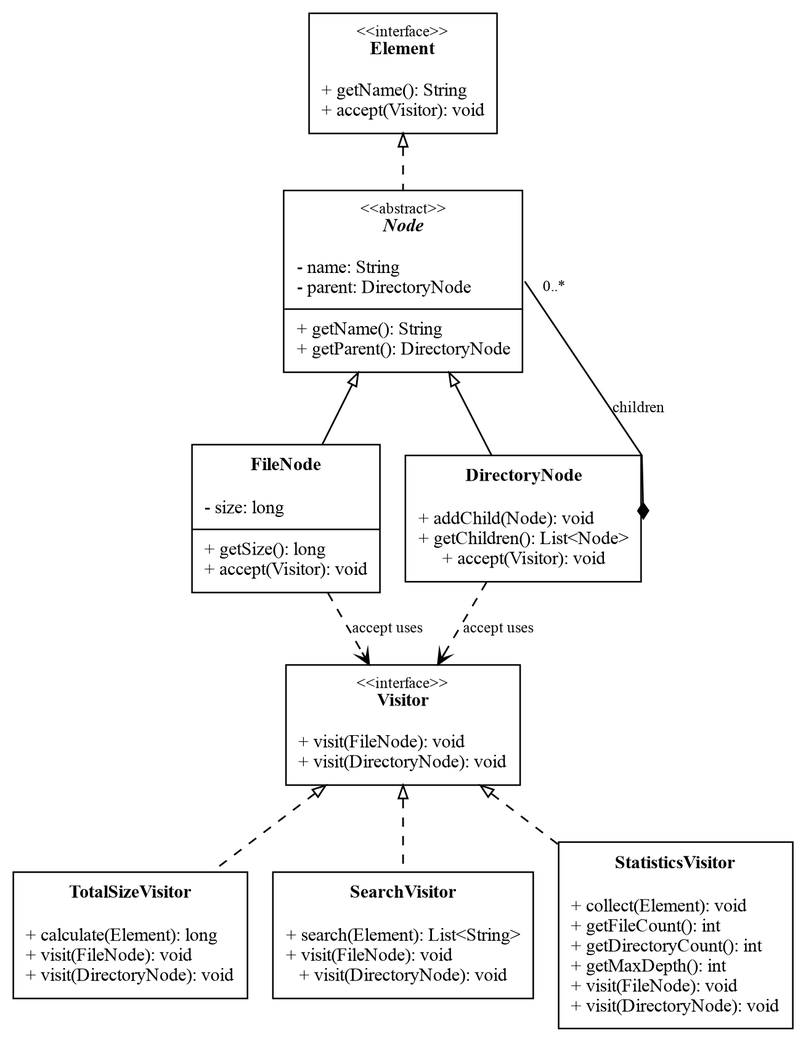
Above: docs/visitor-uml.png in zzhassyn/sdp-assignment-6 (Graphviz), before the change. Its source is kept beside it as docs/visitor-uml.dot.
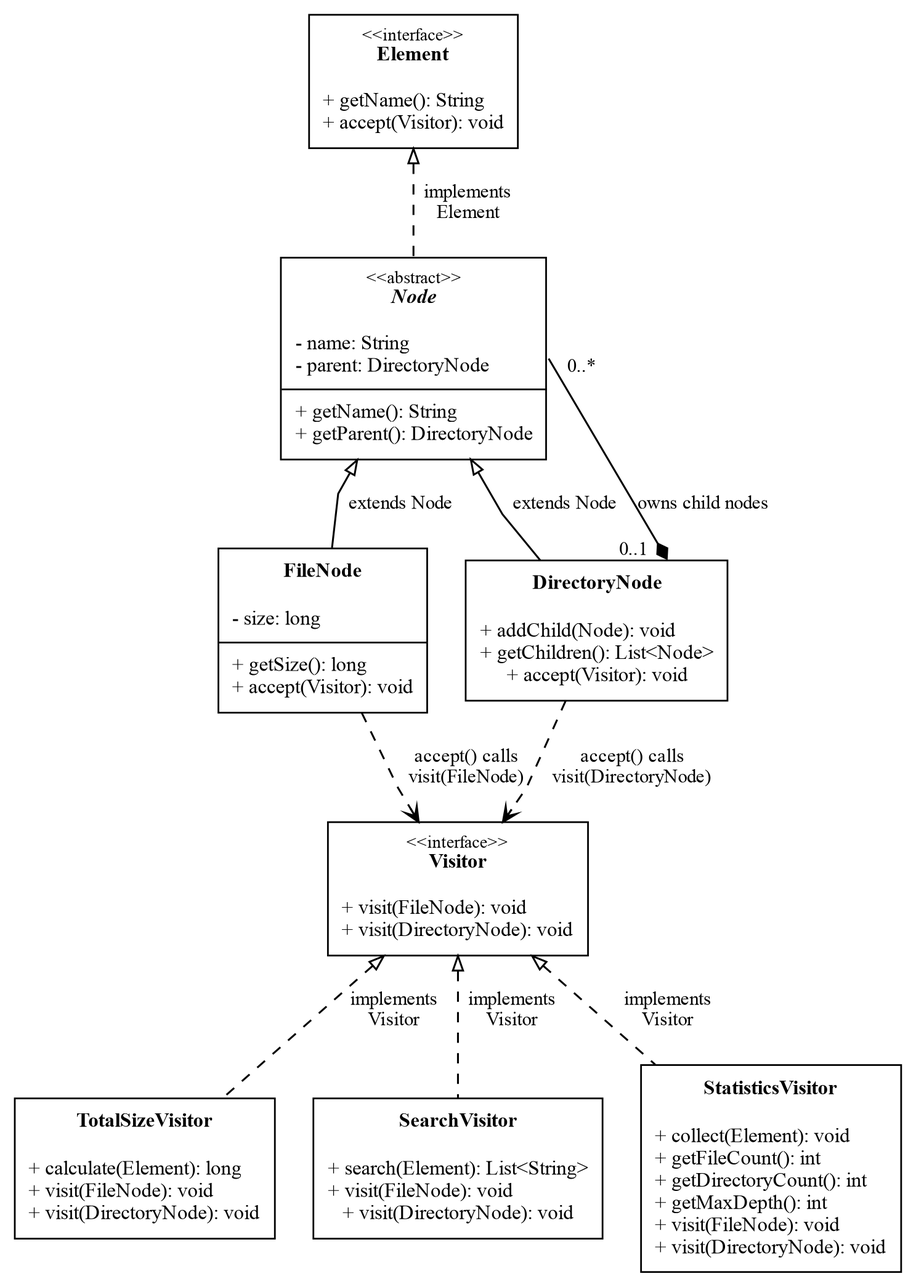
The same file after the commit.

Commit message:
Label every UML relationship and explain the diagram in the report

Change to the diagram source:
```diff
@@ -3,14 +3,14 @@
         rankdir=TB,
         bgcolor="white",
         pad=0.12,
-        nodesep=0.22,
-        ranksep=0.48,
+        nodesep=0.30,
+        ranksep=0.55,
         splines=polyline,
         outputorder=edgesfirst,
         fontname="Times New Roman,"
     ];
     node [shape=plain, fontname="Times New Roman,", fontsize=12];
-    edge [fontname="Times New Roman,", fontsize=10, color="#000000", penwidth=1.1, arrowsize=0.85];
+    edge [fontname="Times New Roman,", fontsize=11, color="#000000", penwidth=1.1, arrowsize=0.85];
 
     Element [label=<
         <TABLE BORDER="1" CELLBORDER="0" CELLSPACING="0" CELLPADDING="7" COLOR="#000000">
@@ -75,24 +75,25 @@
     { rank=same; FileNode; DirectoryNode; }
     { rank=same; TotalSizeVisitor; SearchVisitor; StatisticsVisitor; }
 
-    Element -> "Node" [dir=back, arrowtail=empty, style=dashed];
-    "Node" -> FileNode [dir=back, arrowtail=empty];
-    "Node" -> DirectoryNode [dir=back, arrowtail=empty];
-    DirectoryNode:e -> "Node":e [
+    Element -> "Node" [dir=back, arrowtail=empty, style=dashed, label="  implements\n  Element"];
+    "Node" -> FileNode [dir=back, arrowtail=empty, label="  extends Node"];
+    "Node" -> DirectoryNode [dir=back, arrowtail=empty, label="  extends Node"];
+    DirectoryNode:ne -> "Node":e [
         dir=both,
         arrowtail=diamond,
         arrowhead=none,
         constraint=false,
-        label="children",
+        label="owns child nodes",
         headlabel="0..*",
+        taillabel="0..1",
         labeldistance=2.0,
         labelangle=45
     ];
 
-    FileNode -> Visitor [style=dashed, arrowhead=vee, label="accept uses"];
-    DirectoryNode -> Visitor [style=dashed, arrowhead=vee, label="accept uses"];
+    FileNode -> Visitor [style=dashed, arrowhead=vee, label="  accept() calls\n  visit(FileNode)"];
+    DirectoryNode -> Visitor [style=dashed, arrowhead=vee, label="  accept() calls\n  visit(DirectoryNode)"];
 
-    Visitor -> TotalSizeVisitor [dir=back, arrowtail=empty, style=dashed];
-    Visitor -> SearchVisitor [dir=back, arrowtail=empty, style=dashed];
-    Visitor -> StatisticsVisitor [dir=back, arrowtail=empty, style=dashed];
+    Visitor -> TotalSizeVisitor [dir=back, arrowtail=empty, style=dashed, label="  implements\n  Visitor"];
+    Visitor -> SearchVisitor [dir=back, arrowtail=empty, style=dashed, label="  implements\n  Visitor"];
+    Visitor -> StatisticsVisitor [dir=back, arrowtail=empty, style=dashed, label="  implements\n  Visitor"];
 }
```
